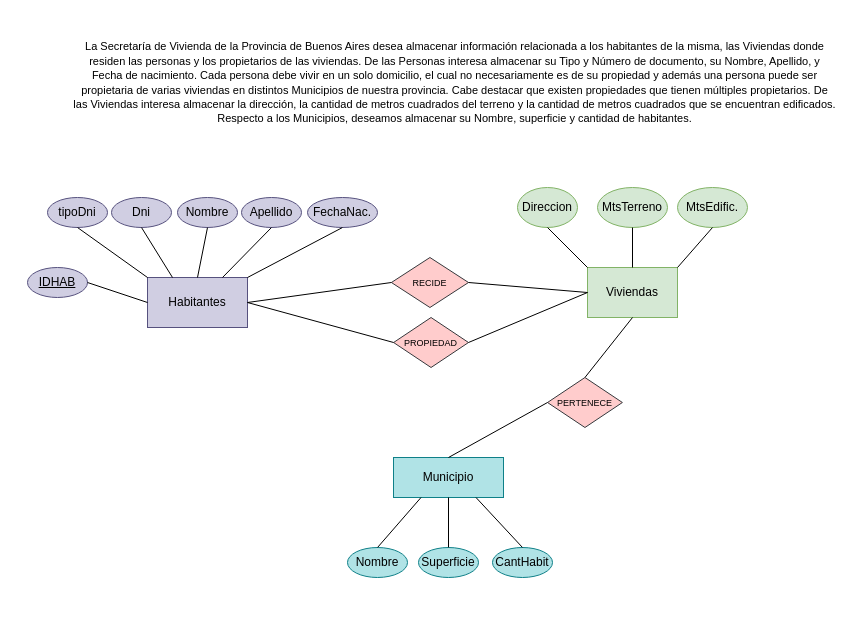
Before: EJERCICIO3ViviendasdelaProvincia.drawio in jesicaacosta/PracticasAutocadMedios1, a draw.io diagram. Source tidied: cells renumbered, new cells numbered last; positions are measured from the earlier drawing's top-left corner, leaving out a move shared by most shapes. Both pictures are drawn from the tidied source at 100%, with x=0, y=0 at pixel (27, 17).
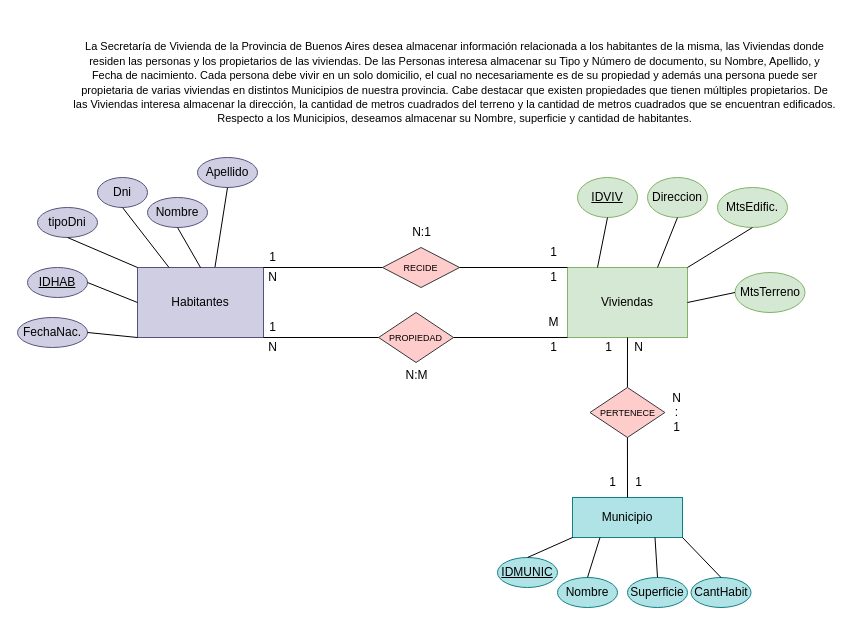
Above is the later version.

Diff of the diagram source:
```diff
@@
     <mxCell id="3" value="Direccion" style="ellipse;whiteSpace=wrap;html=1;fillColor=#d5e8d4;strokeColor=#82b366;" parent="1" vertex="1">
-      <mxGeometry x="490" y="170" width="60" height="40" as="geometry" />
+      <mxGeometry x="620" y="160" width="60" height="40" as="geometry" />
     </mxCell>
     <mxCell id="4" value="Viviendas" style="rounded=0;whiteSpace=wrap;html=1;fillColor=#d5e8d4;strokeColor=#82b366;" parent="1" vertex="1">
-      <mxGeometry x="560" y="250" width="90" height="50" as="geometry" />
+      <mxGeometry x="540" y="250" width="120" height="70" as="geometry" />
     </mxCell>
     <mxCell id="5" value="MtsTerreno" style="ellipse;whiteSpace=wrap;html=1;fillColor=#d5e8d4;strokeColor=#82b366;" parent="1" vertex="1">
-      <mxGeometry x="570" y="170" width="70" height="40" as="geometry" />
+      <mxGeometry x="707.5" y="255" width="70" height="40" as="geometry" />
     </mxCell>
     <mxCell id="6" value="tipoDni" style="ellipse;whiteSpace=wrap;html=1;fillColor=#d0cee2;strokeColor=#56517e;" parent="1" vertex="1">
-      <mxGeometry x="20" y="180" width="60" height="30" as="geometry" />
+      <mxGeometry x="10" y="190" width="60" height="30" as="geometry" />
     </mxCell>
     <mxCell id="7" value="Habitantes" style="rounded=0;whiteSpace=wrap;html=1;fillColor=#d0cee2;strokeColor=#56517e;" parent="1" vertex="1">
-      <mxGeometry x="120" y="260" width="100" height="50" as="geometry" />
+      <mxGeometry x="110" y="250" width="126" height="70" as="geometry" />
     </mxCell>
     <mxCell id="8" value="Dni" style="ellipse;whiteSpace=wrap;html=1;fillColor=#d0cee2;strokeColor=#56517e;" parent="1" vertex="1">
-      <mxGeometry x="84" y="180" width="60" height="30" as="geometry" />
+      <mxGeometry x="70" y="160" width="50" height="30" as="geometry" />
     </mxCell>
     <mxCell id="9" value="Nombre" style="ellipse;whiteSpace=wrap;html=1;fillColor=#d0cee2;strokeColor=#56517e;" parent="1" vertex="1">
-      <mxGeometry x="150" y="180" width="60" height="30" as="geometry" />
+      <mxGeometry x="120" y="180" width="60" height="30" as="geometry" />
     </mxCell>
     <mxCell id="10" value="Apellido" style="ellipse;whiteSpace=wrap;html=1;fillColor=#d0cee2;strokeColor=#56517e;" parent="1" vertex="1">
-      <mxGeometry x="214" y="180" width="60" height="30" as="geometry" />
+      <mxGeometry x="170" y="140" width="60" height="30" as="geometry" />
     </mxCell>
     <mxCell id="11" value="FechaNac." style="ellipse;whiteSpace=wrap;html=1;fillColor=#d0cee2;strokeColor=#56517e;" parent="1" vertex="1">
-      <mxGeometry x="280" y="180" width="70" height="30" as="geometry" />
+      <mxGeometry x="-10" y="300" width="70" height="30" as="geometry" />
     </mxCell>
     <mxCell id="12" value="MtsEdific." style="ellipse;whiteSpace=wrap;html=1;fillColor=#d5e8d4;strokeColor=#82b366;" parent="1" vertex="1">
-      <mxGeometry x="650" y="170" width="70" height="40" as="geometry" />
+      <mxGeometry x="690" y="170" width="70" height="40" as="geometry" />
     </mxCell>
     <mxCell id="13" value="Municipio" style="rounded=0;whiteSpace=wrap;html=1;fillColor=#b0e3e6;strokeColor=#0e8088;" parent="1" vertex="1">
-      <mxGeometry x="366" y="440" width="110" height="40" as="geometry" />
+      <mxGeometry x="545" y="480" width="110" height="40" as="geometry" />
     </mxCell>
     <mxCell id="14" value="Nombre" style="ellipse;whiteSpace=wrap;html=1;fillColor=#b0e3e6;strokeColor=#0e8088;" parent="1" vertex="1">
-      <mxGeometry x="320" y="530" width="60" height="30" as="geometry" />
+      <mxGeometry x="530" y="560" width="60" height="30" as="geometry" />
     </mxCell>
     <mxCell id="15" value="Superficie" style="ellipse;whiteSpace=wrap;html=1;fillColor=#b0e3e6;strokeColor=#0e8088;" parent="1" vertex="1">
-      <mxGeometry x="391" y="530" width="60" height="30" as="geometry" />
+      <mxGeometry x="600" y="560" width="60" height="30" as="geometry" />
     </mxCell>
     <mxCell id="16" value="CantHabit" style="ellipse;whiteSpace=wrap;html=1;fillColor=#b0e3e6;strokeColor=#0e8088;" parent="1" vertex="1">
-      <mxGeometry x="465" y="530" width="60" height="30" as="geometry" />
+      <mxGeometry x="663.5" y="560" width="60" height="30" as="geometry" />
     </mxCell>
     <mxCell id="17" value="&lt;font style=&quot;font-size: 9px;&quot;&gt;PROPIEDAD&lt;/font&gt;" style="rhombus;whiteSpace=wrap;html=1;fillColor=#ffcccc;strokeColor=#36393d;" parent="1" vertex="1">
-      <mxGeometry x="366.1" y="300" width="74.9" height="50" as="geometry" />
+      <mxGeometry x="351.1" y="295" width="74.9" height="50" as="geometry" />
     </mxCell>
     <mxCell id="18" value="&lt;font style=&quot;font-size: 9px;&quot;&gt;RECIDE&lt;/font&gt;" style="rhombus;whiteSpace=wrap;html=1;fillColor=#ffcccc;strokeColor=#36393d;" parent="1" vertex="1">
-      <mxGeometry x="363.9" y="240" width="77.1" height="50" as="geometry" />
+      <mxGeometry x="355" y="230" width="77.1" height="40" as="geometry" />
     </mxCell>
-    <mxCell id="19" style="endArrow=none;html=1;rounded=0;entryX=0;entryY=0.5;entryDx=0;entryDy=0;exitX=1;exitY=0.5;exitDx=0;exitDy=0;" parent="1" edge="1" source="7" target="18">
+    <mxCell id="19" style="endArrow=none;html=1;rounded=0;entryX=0;entryY=0.5;entryDx=0;entryDy=0;exitX=1;exitY=0;exitDx=0;exitDy=0;" parent="1" edge="1" source="7" target="18">
       <mxGeometry relative="1" as="geometry" />
     </mxCell>
-    <mxCell id="20" style="endArrow=none;html=1;rounded=0;entryX=0;entryY=0.5;entryDx=0;entryDy=0;exitX=1;exitY=0.5;exitDx=0;exitDy=0;" parent="1" edge="1" source="7" target="17">
+    <mxCell id="20" style="endArrow=none;html=1;rounded=0;entryX=0;entryY=0.5;entryDx=0;entryDy=0;exitX=1;exitY=1;exitDx=0;exitDy=0;" parent="1" edge="1" source="7" target="17">
       <mxGeometry relative="1" as="geometry" />
     </mxCell>
-    <mxCell id="21" style="endArrow=none;html=1;rounded=0;entryX=0;entryY=0.5;entryDx=0;entryDy=0;exitX=1;exitY=0.5;exitDx=0;exitDy=0;" parent="1" edge="1" source="18" target="4">
+    <mxCell id="21" style="endArrow=none;html=1;rounded=0;entryX=0;entryY=0;entryDx=0;entryDy=0;exitX=1;exitY=0.5;exitDx=0;exitDy=0;" parent="1" edge="1" source="18" target="4">
       <mxGeometry relative="1" as="geometry" />
     </mxCell>
-    <mxCell id="22" style="endArrow=none;html=1;rounded=0;entryX=0;entryY=0.5;entryDx=0;entryDy=0;exitX=1;exitY=0.5;exitDx=0;exitDy=0;" parent="1" edge="1" source="17" target="4">
+    <mxCell id="22" style="endArrow=none;html=1;rounded=0;entryX=0;entryY=1;entryDx=0;entryDy=0;exitX=1;exitY=0.5;exitDx=0;exitDy=0;" parent="1" edge="1" source="17" target="4">
       <mxGeometry relative="1" as="geometry" />
     </mxCell>
@@
-    <mxCell id="26" style="endArrow=none;html=1;rounded=0;entryX=0.5;entryY=1;entryDx=0;entryDy=0;exitX=0.75;exitY=0;exitDx=0;exitDy=0;" parent="1" edge="1" source="7" target="10">
+    <mxCell id="26" style="endArrow=none;html=1;rounded=0;entryX=0.5;entryY=1;entryDx=0;entryDy=0;exitX=0.615;exitY=-0.006;exitDx=0;exitDy=0;exitPerimeter=0;" parent="1" edge="1" source="7" target="10">
       <mxGeometry relative="1" as="geometry" />
     </mxCell>
-    <mxCell id="27" style="endArrow=none;html=1;rounded=0;entryX=0.5;entryY=1;entryDx=0;entryDy=0;exitX=1;exitY=0;exitDx=0;exitDy=0;" parent="1" edge="1" source="7" target="11">
+    <mxCell id="27" style="endArrow=none;html=1;rounded=0;exitX=0;exitY=1;exitDx=0;exitDy=0;entryX=1;entryY=0.5;entryDx=0;entryDy=0;" parent="1" edge="1" source="7" target="11">
       <mxGeometry relative="1" as="geometry" />
     </mxCell>
-    <mxCell id="28" style="endArrow=none;html=1;rounded=0;entryX=0.5;entryY=1;entryDx=0;entryDy=0;exitX=0;exitY=0;exitDx=0;exitDy=0;" parent="1" edge="1" source="4" target="3">
+    <mxCell id="28" style="endArrow=none;html=1;rounded=0;entryX=0.5;entryY=1;entryDx=0;entryDy=0;exitX=0.75;exitY=0;exitDx=0;exitDy=0;" parent="1" edge="1" source="4" target="3">
       <mxGeometry relative="1" as="geometry" />
     </mxCell>
-    <mxCell id="29" style="endArrow=none;html=1;rounded=0;entryX=0.5;entryY=1;entryDx=0;entryDy=0;exitX=0.5;exitY=0;exitDx=0;exitDy=0;" parent="1" edge="1" source="4" target="5">
+    <mxCell id="29" style="endArrow=none;html=1;rounded=0;entryX=0;entryY=0.5;entryDx=0;entryDy=0;exitX=1;exitY=0.5;exitDx=0;exitDy=0;" parent="1" edge="1" source="4" target="5">
       <mxGeometry relative="1" as="geometry" />
     </mxCell>
@@
-    <mxCell id="32" style="endArrow=none;html=1;rounded=0;entryX=0.5;entryY=1;entryDx=0;entryDy=0;exitX=0.5;exitY=0;exitDx=0;exitDy=0;" parent="1" edge="1" source="15" target="13">
+    <mxCell id="32" style="endArrow=none;html=1;rounded=0;entryX=0.75;entryY=1;entryDx=0;entryDy=0;exitX=0.5;exitY=0;exitDx=0;exitDy=0;" parent="1" edge="1" source="15" target="13">
       <mxGeometry relative="1" as="geometry" />
     </mxCell>
-    <mxCell id="33" style="endArrow=none;html=1;rounded=0;entryX=0.75;entryY=1;entryDx=0;entryDy=0;exitX=0.5;exitY=0;exitDx=0;exitDy=0;" parent="1" edge="1" source="16" target="13">
+    <mxCell id="33" style="endArrow=none;html=1;rounded=0;entryX=1;entryY=1;entryDx=0;entryDy=0;exitX=0.5;exitY=0;exitDx=0;exitDy=0;" parent="1" edge="1" source="16" target="13">
       <mxGeometry relative="1" as="geometry" />
     </mxCell>
@@
     <mxCell id="35" value="&lt;font style=&quot;font-size: 9px;&quot;&gt;PERTENECE&lt;/font&gt;" style="rhombus;whiteSpace=wrap;html=1;fillColor=#ffcccc;strokeColor=#36393d;" parent="1" vertex="1">
-      <mxGeometry x="520" y="360" width="74.9" height="50" as="geometry" />
+      <mxGeometry x="562.5" y="370" width="74.9" height="50" as="geometry" />
     </mxCell>
-    <mxCell id="36" style="endArrow=none;html=1;rounded=0;entryX=0;entryY=0.5;entryDx=0;entryDy=0;exitX=0.5;exitY=0;exitDx=0;exitDy=0;" parent="1" edge="1" source="13" target="35">
+    <mxCell id="36" style="endArrow=none;html=1;rounded=0;entryX=0.5;entryY=1;entryDx=0;entryDy=0;exitX=0.5;exitY=0;exitDx=0;exitDy=0;" parent="1" edge="1" source="13" target="35">
       <mxGeometry relative="1" as="geometry" />
     </mxCell>
@@
+    <mxCell id="39" value="&lt;u&gt;IDVIV&lt;/u&gt;" style="ellipse;whiteSpace=wrap;html=1;fillColor=#d5e8d4;strokeColor=#82b366;" parent="1" vertex="1">
+      <mxGeometry x="550" y="160" width="60" height="40" as="geometry" />
+    </mxCell>
+    <mxCell id="40" style="endArrow=none;html=1;rounded=0;entryX=0.5;entryY=1;entryDx=0;entryDy=0;exitX=0.25;exitY=0;exitDx=0;exitDy=0;" parent="1" edge="1" source="4" target="39">
+      <mxGeometry relative="1" as="geometry" />
+    </mxCell>
+    <mxCell id="41" style="edgeStyle=orthogonalEdgeStyle;rounded=0;orthogonalLoop=1;jettySize=auto;html=1;exitX=0.5;exitY=1;exitDx=0;exitDy=0;" parent="1" edge="1" source="11" target="11">
+      <mxGeometry relative="1" as="geometry" />
+    </mxCell>
+    <mxCell id="42" value="&lt;u&gt;IDMUNIC&lt;/u&gt;" style="ellipse;whiteSpace=wrap;html=1;fillColor=#b0e3e6;strokeColor=#0e8088;" parent="1" vertex="1">
+      <mxGeometry x="470" y="540" width="60" height="30" as="geometry" />
+    </mxCell>
+    <mxCell id="43" style="endArrow=none;html=1;rounded=0;entryX=0;entryY=1;entryDx=0;entryDy=0;exitX=0.5;exitY=0;exitDx=0;exitDy=0;" parent="1" edge="1" source="42" target="13">
+      <mxGeometry relative="1" as="geometry" />
+    </mxCell>
+    <mxCell id="44" value="1" style="text;html=1;align=center;verticalAlign=middle;strokeColor=none;fillColor=none;" parent="1" vertex="1">
+      <mxGeometry x="566.1" y="315" width="30" height="30" as="geometry" />
+    </mxCell>
+    <mxCell id="45" value="1" style="text;html=1;align=center;verticalAlign=middle;strokeColor=none;fillColor=none;" parent="1" vertex="1">
+      <mxGeometry x="570" y="450" width="30" height="30" as="geometry" />
+    </mxCell>
+    <mxCell id="46" value="N" style="text;html=1;align=center;verticalAlign=middle;strokeColor=none;fillColor=none;" parent="1" vertex="1">
+      <mxGeometry x="596.1" y="315" width="30" height="30" as="geometry" />
+    </mxCell>
+    <mxCell id="47" value="1" style="text;html=1;align=center;verticalAlign=middle;strokeColor=none;fillColor=none;" parent="1" vertex="1">
+      <mxGeometry x="596.1" y="450" width="30" height="30" as="geometry" />
+    </mxCell>
+    <mxCell id="48" value="N&lt;div&gt;:&lt;div&gt;1&lt;/div&gt;&lt;/div&gt;" style="text;html=1;align=center;verticalAlign=middle;strokeColor=none;fillColor=none;" parent="1" vertex="1">
+      <mxGeometry x="633.5" y="365" width="30" height="60" as="geometry" />
+    </mxCell>
+    <mxCell id="49" value="1" style="text;html=1;align=center;verticalAlign=middle;strokeColor=none;fillColor=none;" parent="1" vertex="1">
+      <mxGeometry x="230" y="295" width="30" height="30" as="geometry" />
+    </mxCell>
+    <mxCell id="50" value="M" style="text;html=1;align=center;verticalAlign=middle;strokeColor=none;fillColor=none;" parent="1" vertex="1">
+      <mxGeometry x="511.1" y="290" width="30" height="30" as="geometry" />
+    </mxCell>
+    <mxCell id="51" value="N" style="text;html=1;align=center;verticalAlign=middle;strokeColor=none;fillColor=none;" parent="1" vertex="1">
+      <mxGeometry x="230" y="315" width="30" height="30" as="geometry" />
+    </mxCell>
+    <mxCell id="52" value="1" style="text;html=1;align=center;verticalAlign=middle;strokeColor=none;fillColor=none;" parent="1" vertex="1">
+      <mxGeometry x="511.1" y="315" width="30" height="30" as="geometry" />
+    </mxCell>
+    <mxCell id="53" value="N:M" style="text;html=1;align=center;verticalAlign=middle;strokeColor=none;fillColor=none;" parent="1" vertex="1">
+      <mxGeometry x="363.6" y="343" width="50" height="30" as="geometry" />
+    </mxCell>
+    <mxCell id="54" value="1" style="text;html=1;align=center;verticalAlign=middle;strokeColor=none;fillColor=none;" parent="1" vertex="1">
+      <mxGeometry x="230" y="225" width="30" height="30" as="geometry" />
+    </mxCell>
+    <mxCell id="55" value="1" style="text;html=1;align=center;verticalAlign=middle;strokeColor=none;fillColor=none;" parent="1" vertex="1">
+      <mxGeometry x="511.1" y="220" width="30" height="30" as="geometry" />
+    </mxCell>
+    <mxCell id="56" value="N" style="text;html=1;align=center;verticalAlign=middle;strokeColor=none;fillColor=none;" parent="1" vertex="1">
+      <mxGeometry x="230" y="245" width="30" height="30" as="geometry" />
+    </mxCell>
+    <mxCell id="57" value="1" style="text;html=1;align=center;verticalAlign=middle;strokeColor=none;fillColor=none;" parent="1" vertex="1">
+      <mxGeometry x="511.1" y="245" width="30" height="30" as="geometry" />
+    </mxCell>
+    <mxCell id="58" value="N:1" style="text;html=1;align=center;verticalAlign=middle;strokeColor=none;fillColor=none;" parent="1" vertex="1">
+      <mxGeometry x="373.6" y="200" width="40" height="30" as="geometry" />
+    </mxCell>
```
